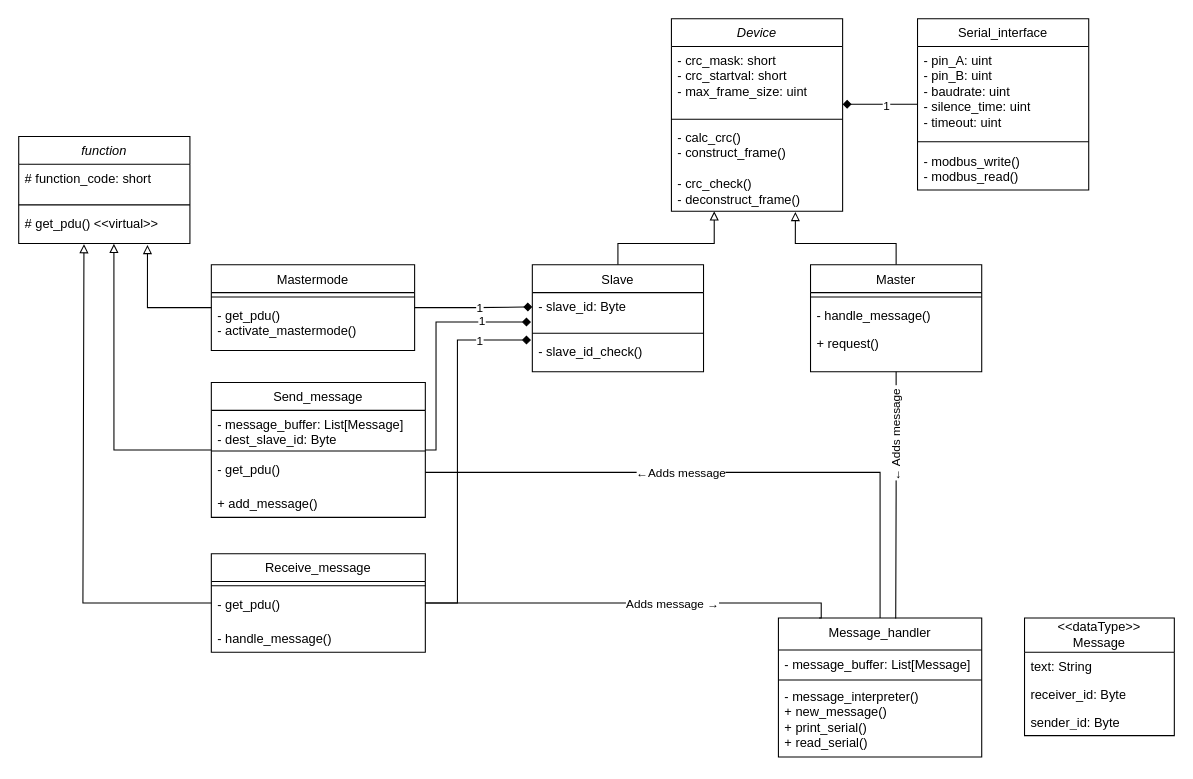
Above: modbus_classdiagram.drawio in F-L-X-S/BusBricks (draw.io), before the change. Source tidied: cells renumbered, new cells numbered last; positions are measured from the earlier drawing's top-left corner, leaving out a move shared by most shapes. Both pictures are drawn from the tidied source at 107%, with x=0, y=0 at pixel (18, 18).
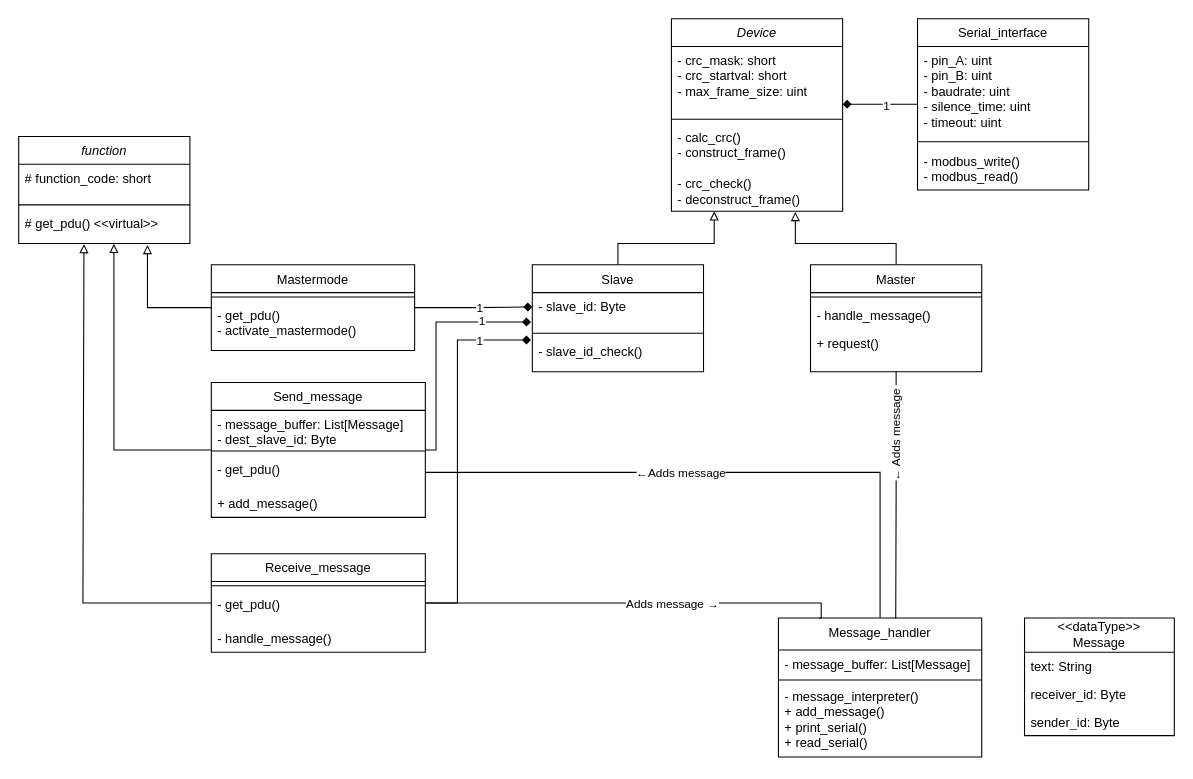
The same page after the edit.

Unchanged cells that the change refers to:
```xml
<mxCell id="28" value="&lt;span style=&quot;font-weight: normal;&quot;&gt;Message_handler&lt;/span&gt;" style="swimlane;fontStyle=1;align=center;verticalAlign=top;horizontal=1;startSize=30;whiteSpace=wrap;html=1;" parent="1" vertex="1">
  <mxGeometry x="710" y="560" width="190" height="130" as="geometry" />
</mxCell>
```

What changed in the source:
```diff
@@
-    <mxCell id="31" value="&lt;div&gt;- message_interpreter()&lt;/div&gt;&lt;div&gt;+ new_message()&lt;/div&gt;+ print_serial()&lt;div&gt;+ read_serial()&lt;br&gt;&lt;div&gt;&lt;br&gt;&lt;/div&gt;&lt;/div&gt;" style="text;strokeColor=none;fillColor=none;align=left;verticalAlign=top;spacingLeft=4;spacingRight=4;overflow=hidden;whiteSpace=wrap;html=1;" parent="28" vertex="1">
+    <mxCell id="31" value="&lt;div&gt;- message_interpreter()&lt;/div&gt;&lt;div&gt;+ add_message()&lt;/div&gt;+ print_serial()&lt;div&gt;+ read_serial()&lt;br&gt;&lt;div&gt;&lt;br&gt;&lt;/div&gt;&lt;/div&gt;" style="text;strokeColor=none;fillColor=none;align=left;verticalAlign=top;spacingLeft=4;spacingRight=4;overflow=hidden;whiteSpace=wrap;html=1;" parent="28" vertex="1">
       <mxGeometry y="60" width="190" height="70" as="geometry" />
     </mxCell>
```
